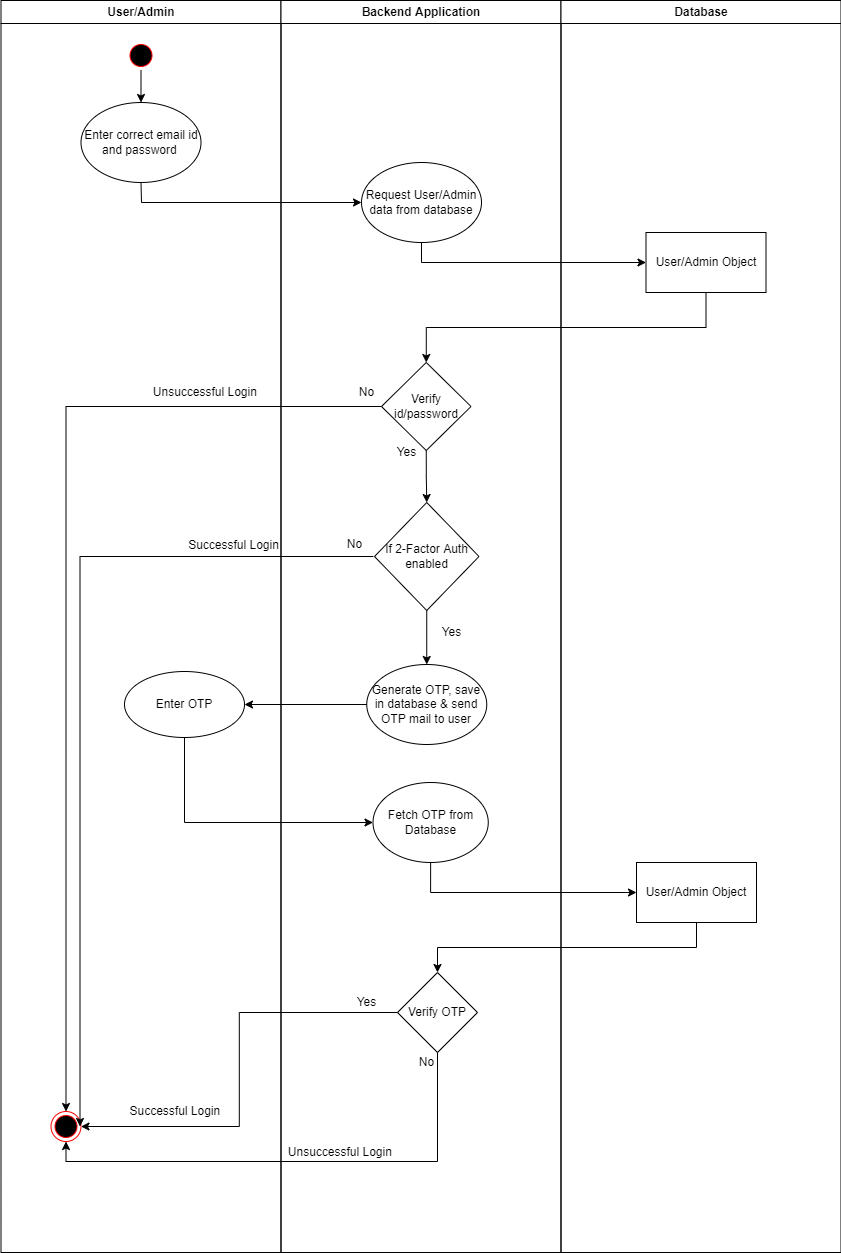
mohitleo03/Software-Engineering-Project-Management keeps this draw.io diagram as Activity Diagram/Login.png. Above is the earlier version. Source tidied: cells renumbered, new cells last; positions are measured from the earlier drawing's top-left corner, leaving out a move shared by most shapes.
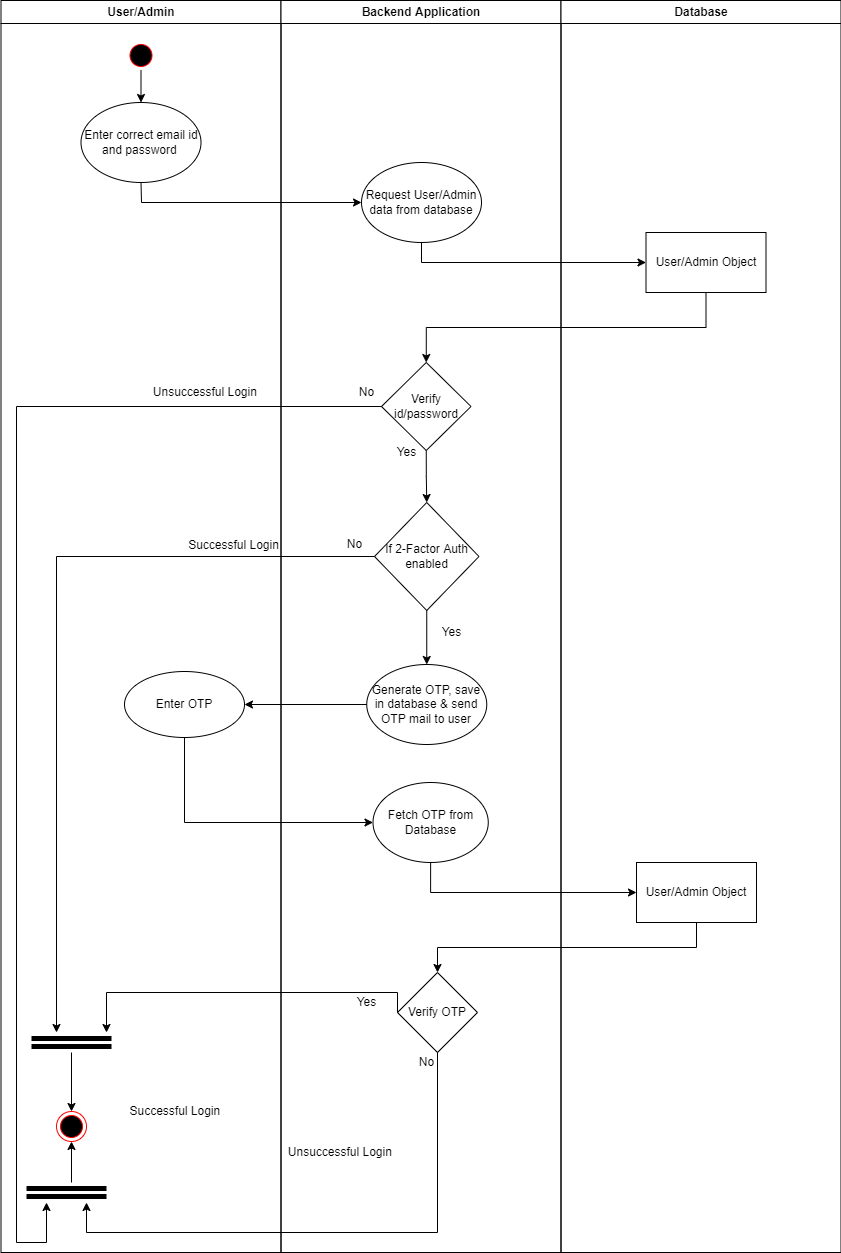
The same diagram one commit later.

The edit, as a diff of the source:
```diff
@@ -15,7 +15,7 @@
       <mxGeometry x="80" y="102" width="120" height="80" as="geometry" />
     </mxCell>
     <mxCell id="6" style="ellipse;shape=endState;fillColor=#000000;strokeColor=#ff0000;" parent="2" vertex="1">
-      <mxGeometry x="50" y="1111" width="30" height="30" as="geometry" />
+      <mxGeometry x="55.5" y="1111" width="30" height="30" as="geometry" />
     </mxCell>
     <mxCell id="7" value="Unsuccessful Login&amp;nbsp;" style="text;html=1;align=center;verticalAlign=middle;strokeColor=none;fillColor=none;fontSize=12;" parent="2" vertex="1">
       <mxGeometry x="145.5" y="382" width="120" height="20" as="geometry" />
@@ -29,6 +29,28 @@
     <mxCell id="10" value="Successful Login&amp;nbsp;" style="text;html=1;align=center;verticalAlign=middle;strokeColor=none;fillColor=none;fontSize=12;" parent="2" vertex="1">
       <mxGeometry x="120.5" y="1101" width="110" height="20" as="geometry" />
     </mxCell>
+    <mxCell id="41" style="shape=link;html=1;rounded=0;fontSize=12;strokeColor=#000000;strokeWidth=5;endSize=11;startSize=1;" parent="2" edge="1">
+      <mxGeometry relative="1" as="geometry">
+        <mxPoint x="30.5" y="1042" as="sourcePoint" />
+        <mxPoint x="110.5" y="1042" as="targetPoint" />
+      </mxGeometry>
+    </mxCell>
+    <mxCell id="42" style="endArrow=classic;html=1;rounded=0;entryX=0.5;entryY=0;entryDx=0;entryDy=0;" parent="2" edge="1" target="6">
+      <mxGeometry relative="1" as="geometry">
+        <mxPoint x="70.5" y="1052" as="sourcePoint" />
+      </mxGeometry>
+    </mxCell>
+    <mxCell id="43" style="shape=link;html=1;rounded=0;fontSize=12;strokeColor=#000000;strokeWidth=5;endSize=11;startSize=1;" parent="2" edge="1">
+      <mxGeometry relative="1" as="geometry">
+        <mxPoint x="25.5" y="1192" as="sourcePoint" />
+        <mxPoint x="105.5" y="1192" as="targetPoint" />
+      </mxGeometry>
+    </mxCell>
+    <mxCell id="44" style="endArrow=classic;html=1;rounded=0;entryX=0.5;entryY=1;entryDx=0;entryDy=0;" parent="2" edge="1" target="6">
+      <mxGeometry relative="1" as="geometry">
+        <mxPoint x="70.5" y="1182" as="sourcePoint" />
+      </mxGeometry>
+    </mxCell>
     <mxCell id="11" value="Backend Application" style="swimlane;whiteSpace=wrap;" parent="1" vertex="1">
       <mxGeometry x="280.5" width="280" height="1252" as="geometry" />
     </mxCell>
@@ -90,9 +112,6 @@
     <mxCell id="29" style="edgeStyle=orthogonalEdgeStyle;rounded=0;jettySize=auto;html=1;exitX=0.5;exitY=1;exitDx=0;exitDy=0;entryX=0.5;entryY=0;entryDx=0;entryDy=0;" parent="1" edge="1" source="25" target="14">
       <mxGeometry relative="1" as="geometry" />
     </mxCell>
-    <mxCell id="30" style="edgeStyle=orthogonalEdgeStyle;rounded=0;jettySize=auto;html=1;exitX=0;exitY=0.5;exitDx=0;exitDy=0;fontSize=12;entryX=0.5;entryY=0;entryDx=0;entryDy=0;" parent="1" edge="1" source="14" target="6">
-      <mxGeometry relative="1" as="geometry" />
-    </mxCell>
     <mxCell id="31" value="No" style="text;html=1;align=center;verticalAlign=middle;strokeColor=none;fillColor=none;" parent="1" vertex="1">
       <mxGeometry x="339" y="534" width="30" height="20" as="geometry" />
     </mxCell>
@@ -112,23 +131,44 @@
     <mxCell id="35" style="edgeStyle=orthogonalEdgeStyle;rounded=0;jettySize=auto;html=1;exitX=0.5;exitY=1;exitDx=0;exitDy=0;entryX=0.5;entryY=0;entryDx=0;entryDy=0;" parent="1" edge="1" source="26" target="22">
       <mxGeometry relative="1" as="geometry" />
     </mxCell>
-    <mxCell id="36" style="edgeStyle=orthogonalEdgeStyle;rounded=0;orthogonalLoop=1;jettySize=auto;html=1;exitX=0;exitY=0.5;exitDx=0;exitDy=0;entryX=1;entryY=0.5;entryDx=0;entryDy=0;" parent="1" edge="1">
-      <mxGeometry relative="1" as="geometry">
-        <mxPoint x="373" y="556" as="sourcePoint" />
-        <mxPoint x="79.5" y="1126" as="targetPoint" />
-      </mxGeometry>
-    </mxCell>
-    <mxCell id="37" style="edgeStyle=orthogonalEdgeStyle;rounded=0;jettySize=auto;html=1;exitX=0;exitY=0.5;exitDx=0;exitDy=0;entryX=1;entryY=0.5;entryDx=0;entryDy=0;" parent="1" edge="1" source="22" target="6">
-      <mxGeometry relative="1" as="geometry" />
-    </mxCell>
-    <mxCell id="38" style="edgeStyle=orthogonalEdgeStyle;rounded=0;jettySize=auto;html=1;exitX=0.5;exitY=1;exitDx=0;exitDy=0;entryX=0.5;entryY=1;entryDx=0;entryDy=0;" parent="1" edge="1" source="22" target="6">
-      <mxGeometry relative="1" as="geometry" />
-    </mxCell>
     <mxCell id="39" value="Yes" style="text;html=1;align=center;verticalAlign=middle;strokeColor=none;fillColor=none;" parent="1" vertex="1">
       <mxGeometry x="351" y="992" width="30" height="20" as="geometry" />
     </mxCell>
     <mxCell id="40" value="No" style="text;html=1;align=center;verticalAlign=middle;strokeColor=none;fillColor=none;" parent="1" vertex="1">
       <mxGeometry x="411" y="1052" width="30" height="20" as="geometry" />
     </mxCell>
+    <mxCell id="45" style="edgeStyle=orthogonalEdgeStyle;rounded=0;jettySize=auto;html=1;exitX=0;exitY=0.5;exitDx=0;exitDy=0;" parent="1" edge="1" source="17">
+      <mxGeometry relative="1" as="geometry">
+        <mxPoint x="56" y="1032" as="targetPoint" />
+      </mxGeometry>
+    </mxCell>
+    <mxCell id="46" style="edgeStyle=orthogonalEdgeStyle;rounded=0;jettySize=auto;html=1;exitX=0;exitY=0.5;exitDx=0;exitDy=0;" parent="1" edge="1" source="22">
+      <mxGeometry relative="1" as="geometry">
+        <mxPoint x="106" y="1032" as="targetPoint" />
+        <Array as="points">
+          <mxPoint x="397" y="992" />
+          <mxPoint x="106" y="992" />
+        </Array>
+      </mxGeometry>
+    </mxCell>
+    <mxCell id="47" style="edgeStyle=orthogonalEdgeStyle;rounded=0;jettySize=auto;html=1;exitX=0;exitY=0.5;exitDx=0;exitDy=0;" parent="1" edge="1" source="14">
+      <mxGeometry relative="1" as="geometry">
+        <mxPoint x="46" y="1202" as="targetPoint" />
+        <Array as="points">
+          <mxPoint x="16" y="406" />
+          <mxPoint x="16" y="1242" />
+          <mxPoint x="46" y="1242" />
+        </Array>
+      </mxGeometry>
+    </mxCell>
+    <mxCell id="48" style="edgeStyle=orthogonalEdgeStyle;rounded=0;jettySize=auto;html=1;exitX=0.5;exitY=1;exitDx=0;exitDy=0;" parent="1" edge="1" source="22">
+      <mxGeometry relative="1" as="geometry">
+        <mxPoint x="86" y="1202" as="targetPoint" />
+        <Array as="points">
+          <mxPoint x="437" y="1232" />
+          <mxPoint x="86" y="1232" />
+        </Array>
+      </mxGeometry>
+    </mxCell>
   </root>
 </mxGraphModel>
```
